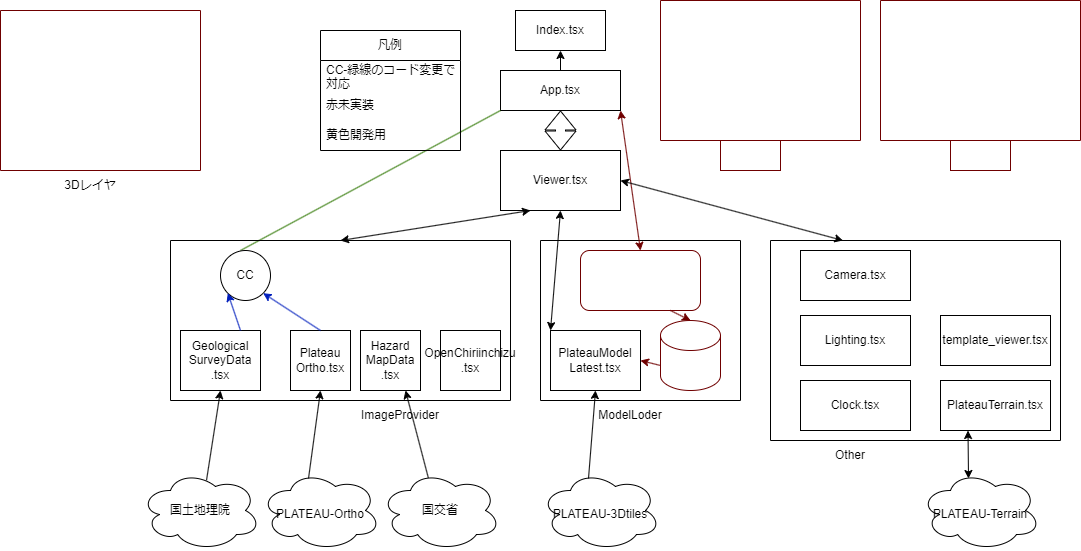
Before: sekkei.drawio.png, a diagram exported from draw.io (nanten-pi/Plateau_2024). Source tidied: cells renumbered, new cells last; positions are measured from the earlier drawing's top-left corner, leaving out a move shared by most shapes.
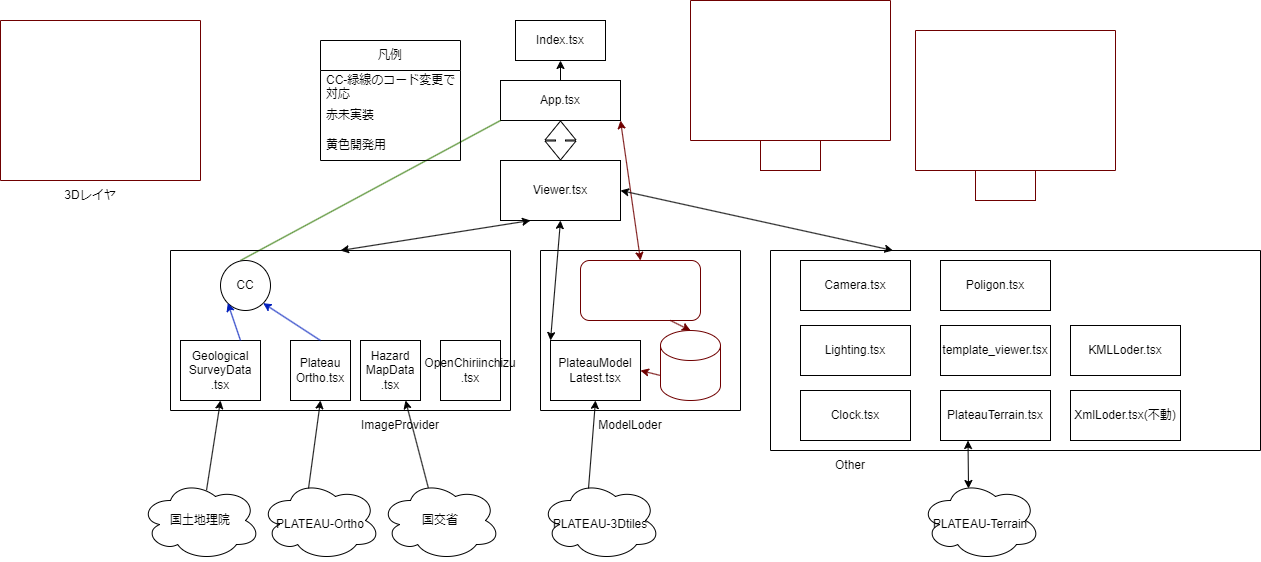
The same diagram one commit later.

Change to the diagram source:
```diff
@@ -89,16 +89,16 @@
       <mxGeometry x="600" y="400" width="60" height="30" as="geometry" />
     </mxCell>
     <mxCell id="30" style="swimlane;startSize=0;fillColor=none;fontColor=#ffffff;strokeColor=#6F0000;" parent="1" vertex="1">
-      <mxGeometry x="660" width="200" height="140" as="geometry" />
+      <mxGeometry x="915" y="20" width="200" height="140" as="geometry" />
     </mxCell>
     <mxCell id="31" value="Editor" style="text;html=1;strokeColor=#6F0000;fillColor=none;align=center;verticalAlign=middle;whiteSpace=wrap;rounded=0;fontColor=#ffffff;" parent="1" vertex="1">
-      <mxGeometry x="720" y="140" width="60" height="30" as="geometry" />
+      <mxGeometry x="975" y="160" width="60" height="30" as="geometry" />
     </mxCell>
     <mxCell id="32" style="endArrow=classic;startArrow=classic;html=1;entryX=1;entryY=0.5;entryDx=0;entryDy=0;exitX=0.25;exitY=0;exitDx=0;exitDy=0;" parent="1" edge="1" source="33" target="4">
       <mxGeometry relative="1" as="geometry" />
     </mxCell>
     <mxCell id="33" style="swimlane;startSize=0;fillColor=none;" parent="1" vertex="1">
-      <mxGeometry x="770" y="240" width="290" height="200" as="geometry" />
+      <mxGeometry x="770" y="240" width="490" height="200" as="geometry" />
     </mxCell>
     <mxCell id="34" value="PlateauTerrain.tsx" style="rounded=0;whiteSpace=wrap;html=1;fillColor=none;" parent="33" vertex="1">
       <mxGeometry x="170" y="140" width="110" height="50" as="geometry" />
@@ -115,6 +115,15 @@
     <mxCell id="38" value="template_viewer.tsx" style="rounded=0;whiteSpace=wrap;html=1;fillColor=none;" parent="33" vertex="1">
       <mxGeometry x="170" y="75" width="110" height="50" as="geometry" />
     </mxCell>
+    <mxCell id="55" value="XmlLoder.tsx(不動)" style="rounded=0;whiteSpace=wrap;html=1;fillColor=none;" parent="33" vertex="1">
+      <mxGeometry x="300" y="140" width="110" height="50" as="geometry" />
+    </mxCell>
+    <mxCell id="56" value="Poligon.tsx" style="rounded=0;whiteSpace=wrap;html=1;fillColor=none;" parent="33" vertex="1">
+      <mxGeometry x="170" y="10" width="110" height="50" as="geometry" />
+    </mxCell>
+    <mxCell id="57" value="KMLLoder.tsx" style="rounded=0;whiteSpace=wrap;html=1;fillColor=none;" parent="33" vertex="1">
+      <mxGeometry x="300" y="75" width="110" height="50" as="geometry" />
+    </mxCell>
     <mxCell id="39" value="Other" style="text;html=1;strokeColor=none;fillColor=none;align=center;verticalAlign=middle;whiteSpace=wrap;rounded=0;" parent="1" vertex="1">
       <mxGeometry x="820" y="440" width="60" height="30" as="geometry" />
     </mxCell>
@@ -137,10 +146,10 @@
       <mxGeometry relative="1" as="geometry" />
     </mxCell>
     <mxCell id="46" style="swimlane;startSize=0;fontSize=12;fillColor=none;fontColor=#ffffff;strokeColor=#6F0000;" parent="1" vertex="1">
-      <mxGeometry x="880" width="200" height="140" as="geometry" />
+      <mxGeometry x="690" y="-10" width="200" height="140" as="geometry" />
     </mxCell>
     <mxCell id="47" value="Simulator" style="text;html=1;strokeColor=#6F0000;fillColor=none;align=center;verticalAlign=middle;whiteSpace=wrap;rounded=0;fontColor=#ffffff;" parent="1" vertex="1">
-      <mxGeometry x="950" y="140" width="60" height="30" as="geometry" />
+      <mxGeometry x="760" y="130" width="60" height="30" as="geometry" />
     </mxCell>
     <mxCell id="48" value="Index.tsx" style="rounded=0;whiteSpace=wrap;html=1;fontSize=12;fillColor=none;" parent="1" vertex="1">
       <mxGeometry x="515" y="10" width="90" height="40" as="geometry" />
```
